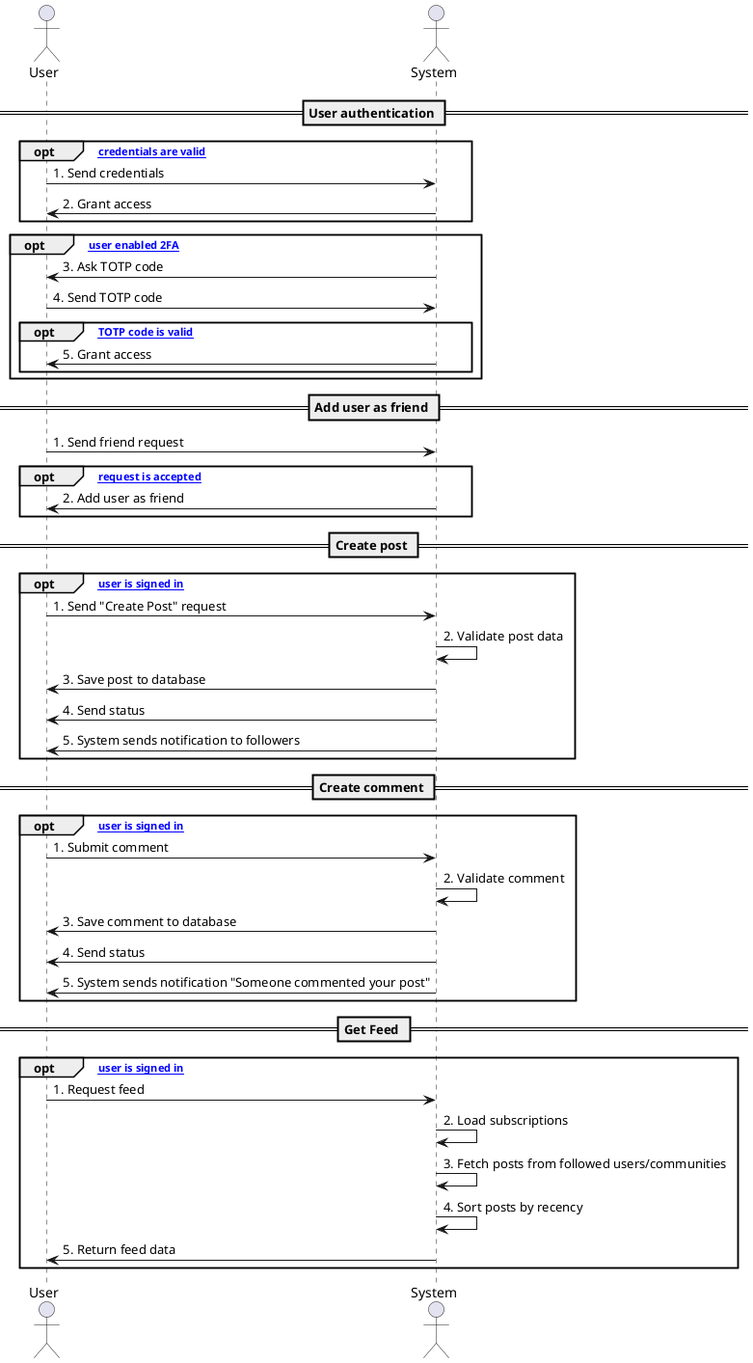
Before: kpi/Sequence diagram/Declarative/diagram.png, a diagram exported from PlantUML (fakeowl1/microblog-api).
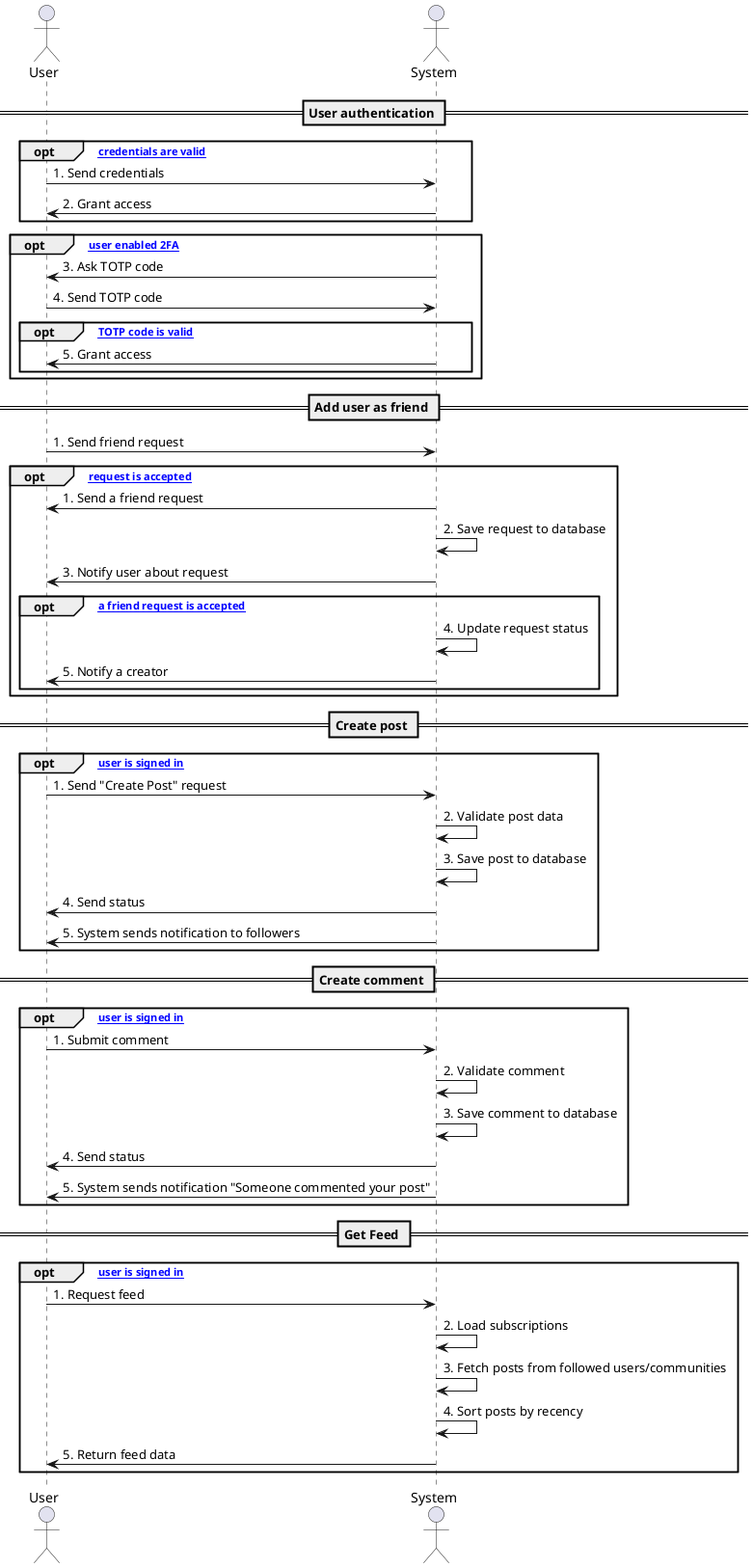
After the change.

What changed in the source:
```diff
@@ -22,15 +22,21 @@
 == Add user as friend ==
 User -> System: 1. Send friend request
 opt [If request is accepted]
-    System -> User: 2. Add user as friend
+    System -> User: 1. Send a friend request
+    System -> System: 2. Save request to database
+    System -> User: 3. Notify user about request
+
+    opt [if a friend request is accepted]
+      System -> System: 4. Update request status
+      System -> User: 5. Notify a creator
+    end
 end
-
 
 == Create post ==
 opt [If user is signed in]
     User -> System: 1. Send "Create Post" request
     System -> System: 2. Validate post data
-    System -> User: 3. Save post to database
+    System -> System: 3. Save post to database
     System -> User: 4. Send status
     System -> User: 5. System sends notification to followers
 end
@@ -40,7 +46,7 @@
 opt [If user is signed in]
   User -> System: 1. Submit comment
   System -> System: 2. Validate comment
-  System -> User: 3. Save comment to database
+  System -> System: 3. Save comment to database
   System -> User: 4. Send status
   System -> User: 5. System sends notification "Someone commented your post"
 end
```
